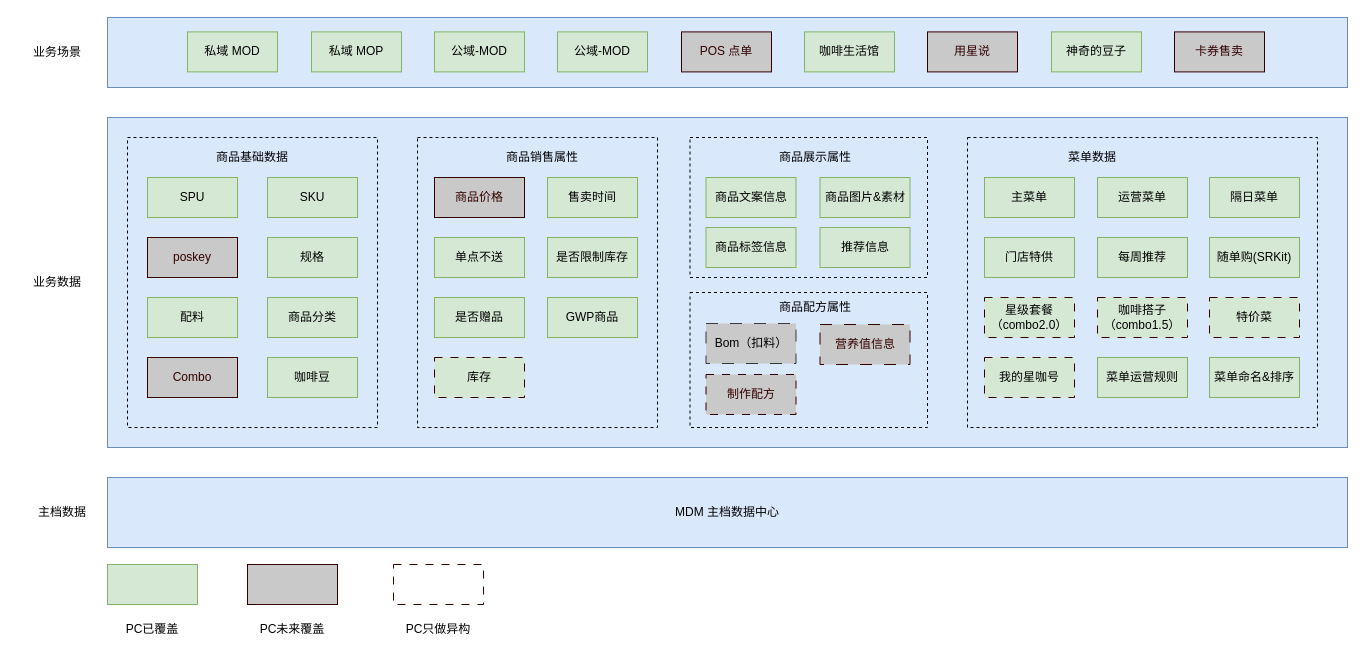
Above: 商品核心数据.drawio in alexzhang2015/PC2.0 (draw.io), before the change. Source tidied: cells renumbered, new cells numbered last; positions are measured from the earlier drawing's top-left corner, leaving out a move shared by most shapes. Both pictures are drawn from the tidied source at 100%, with x=0, y=0 at pixel (17, 17).
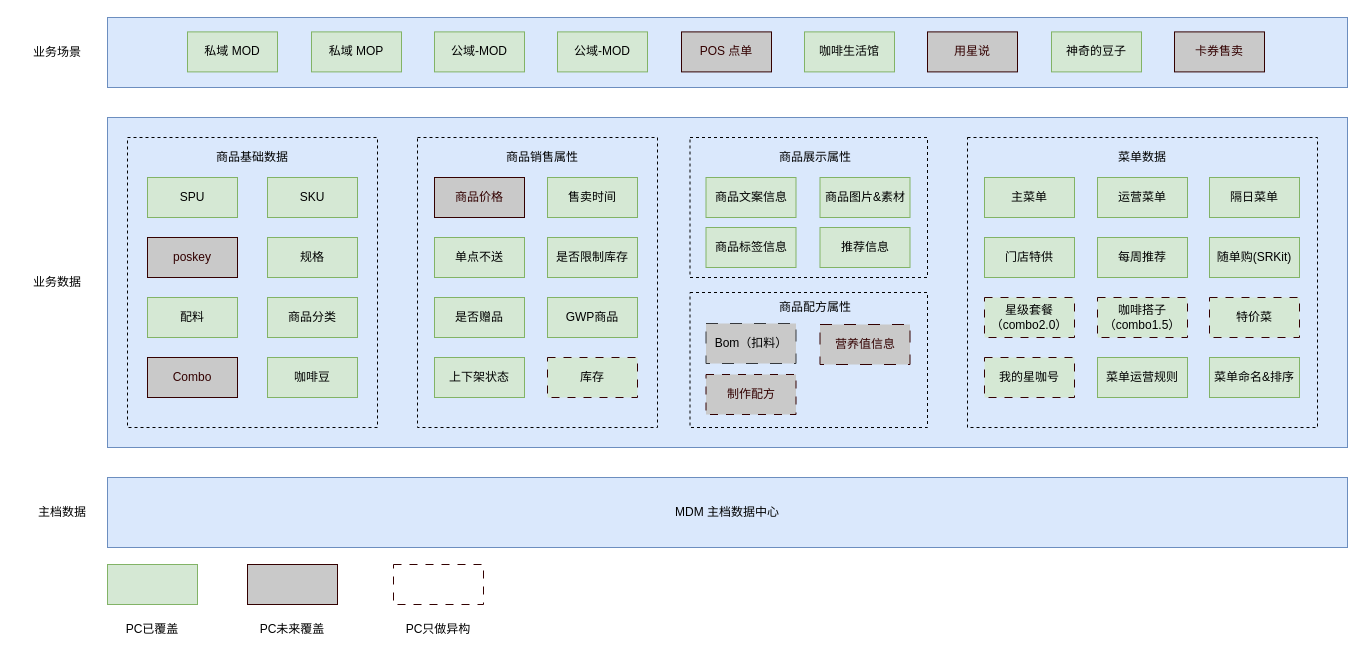
After the change.

Commit message:
更新商品核心数据.drawio

What changed in the source:
```diff
@@
     <mxCell id="44" value="库存" style="rounded=0;whiteSpace=wrap;html=1;fillColor=#d5e8d4;strokeColor=#330000;dashed=1;dashPattern=8 8;" parent="1" vertex="1">
-      <mxGeometry x="417" y="340" width="90" height="40" as="geometry" />
+      <mxGeometry x="530" y="340" width="90" height="40" as="geometry" />
     </mxCell>
@@
     <mxCell id="53" value="菜单数据" style="text;html=1;align=center;verticalAlign=middle;whiteSpace=wrap;rounded=0;" parent="1" vertex="1">
-      <mxGeometry x="1035" y="120" width="80" height="40" as="geometry" />
+      <mxGeometry x="1085" y="120" width="80" height="40" as="geometry" />
     </mxCell>
@@
+    <mxCell id="68" value="上下架状态" style="rounded=0;whiteSpace=wrap;html=1;fillColor=#d5e8d4;strokeColor=#82b366;" parent="1" vertex="1">
+      <mxGeometry x="417" y="340" width="90" height="40" as="geometry" />
+    </mxCell>
```
